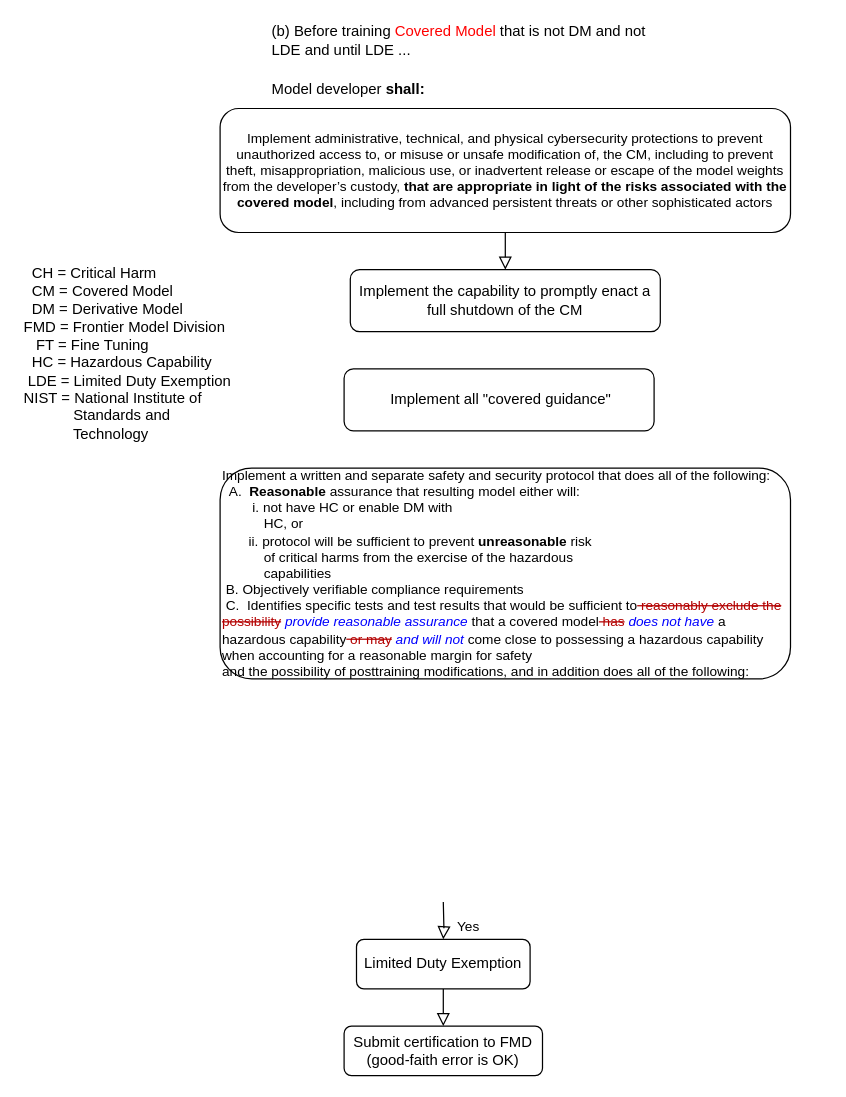
sbenerofe/AB-1047 keeps this draw.io diagram as page "22603(b)" (3 of 6) of AB 1047.drawio. Above is the earlier version. Source tidied: cells renumbered, new cells numbered last; positions are measured from the earlier drawing's top-left corner, leaving out a move shared by most shapes. Both pictures are drawn from the tidied source at 124%, with x=0, y=0 at pixel (21, 21).
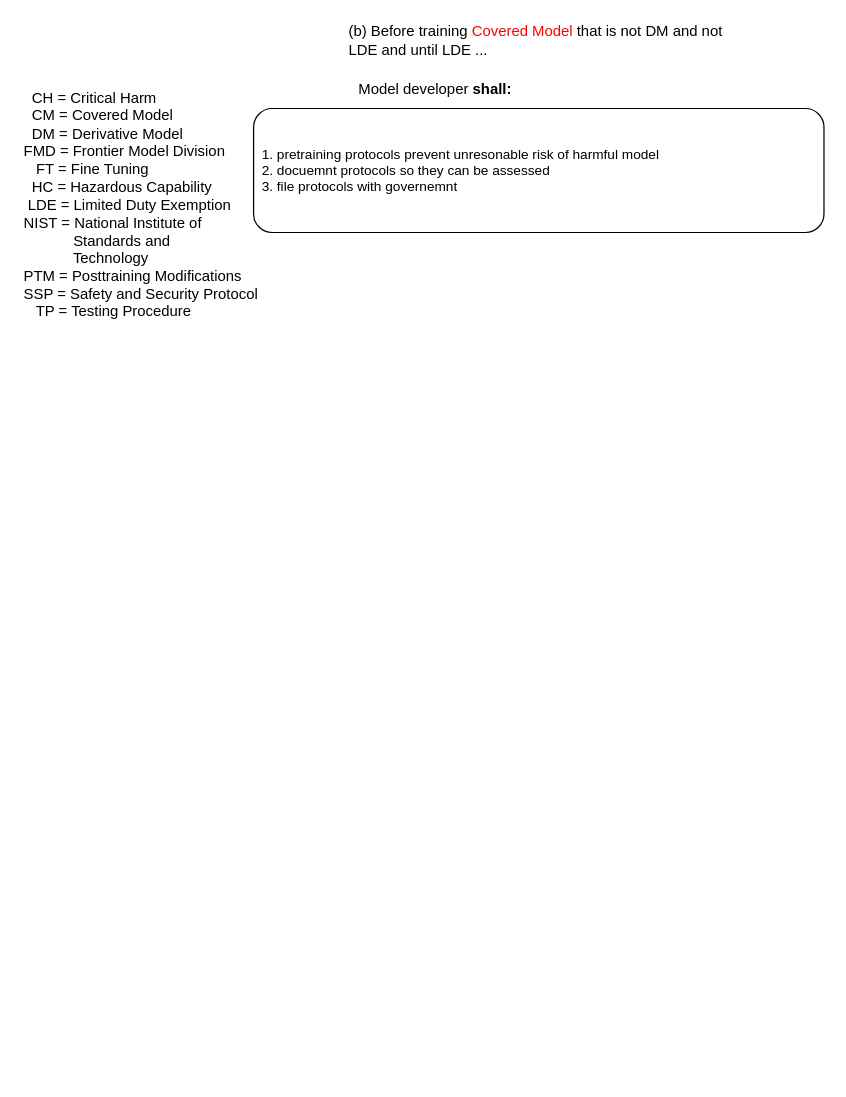
The same diagram, later.

Diff of the diagram source:
```diff
@@
 <mxGraphModel>
   <root>
     <mxCell id="0" />
     <mxCell id="1" parent="0" />
     <mxCell id="2" value="(b)&amp;nbsp;&lt;span style=&quot;background-color: initial;&quot;&gt;Before training &lt;/span&gt;&lt;font color=&quot;#ff0000&quot; style=&quot;background-color: initial;&quot;&gt;Covered Model&lt;/font&gt;&lt;span style=&quot;background-color: initial;&quot;&gt;&amp;nbsp;that is not DM and not LDE and until LDE ...&lt;/span&gt;" style="text;strokeColor=none;align=left;fillColor=none;html=1;verticalAlign=middle;whiteSpace=wrap;rounded=0;" parent="1" vertex="1">
-      <mxGeometry x="200" width="310" height="30" as="geometry" />
+      <mxGeometry x="262" width="310" height="30" as="geometry" />
     </mxCell>
-    <mxCell id="3" style="rounded=0;html=1;jettySize=auto;fontSize=11;endArrow=block;endFill=0;endSize=8;strokeWidth=1;shadow=0;labelBackgroundColor=none;edgeStyle=orthogonalEdgeStyle;entryX=0.5;entryY=0;entryDx=0;entryDy=0;" parent="1" edge="1" source="4" target="5">
-      <mxGeometry relative="1" as="geometry" />
-    </mxCell>
-    <mxCell id="4" value="Implement administrative, technical, and physical cybersecurity protections to prevent unauthorized access to, or misuse or unsafe modification of, the CM, including to prevent theft, misappropriation, malicious use, or inadvertent release or escape of the model weights from the developer’s custody, &lt;b&gt;that are appropriate in light of the risks associated with the covered model&lt;/b&gt;, including from advanced persistent threats or other sophisticated actors" style="rounded=1;whiteSpace=wrap;html=1;fontSize=11;glass=0;strokeWidth=1;shadow=0;" parent="1" vertex="1">
-      <mxGeometry x="160" y="70" width="460" height="100" as="geometry" />
+    <mxCell id="4" value="&lt;div&gt;&lt;font style=&quot;font-size: 11px;&quot;&gt;1. pretraining protocols prevent unresonable risk of harmful model&lt;/font&gt;&lt;/div&gt;&lt;div&gt;&lt;font style=&quot;font-size: 11px;&quot;&gt;2. docuemnt protocols so they can be assessed&lt;/font&gt;&lt;/div&gt;&lt;div&gt;&lt;font style=&quot;font-size: 11px;&quot;&gt;3. file protocols with governemnt&lt;br&gt;&lt;/font&gt;&lt;/div&gt;" style="rounded=1;whiteSpace=wrap;html=1;fontSize=11;glass=0;strokeWidth=1;shadow=0;align=left;spacingLeft=5;" parent="1" vertex="1">
+      <mxGeometry x="187" y="70" width="460" height="100" as="geometry" />
     </mxCell>
-    <mxCell id="5" value="Implement the capability to promptly enact a full shutdown of the CM" style="rounded=1;whiteSpace=wrap;html=1;fontSize=12;glass=0;strokeWidth=1;shadow=0;" parent="1" vertex="1">
-      <mxGeometry x="265" y="200" width="250" height="50" as="geometry" />
-    </mxCell>
     <mxCell id="6" value="Model developer &lt;b&gt;shall:&lt;/b&gt;" style="text;strokeColor=none;align=left;fillColor=none;html=1;verticalAlign=middle;whiteSpace=wrap;rounded=0;" parent="1" vertex="1">
-      <mxGeometry x="200" y="40" width="295" height="30" as="geometry" />
+      <mxGeometry x="269.5" y="40" width="295" height="30" as="geometry" />
     </mxCell>
-    <mxCell id="7" value="Yes" style="rounded=0;html=1;jettySize=auto;fontSize=11;endArrow=block;endFill=0;endSize=8;strokeWidth=1;shadow=0;labelBackgroundColor=none;edgeStyle=orthogonalEdgeStyle;" parent="1" edge="1" target="8">
-      <mxGeometry x="0.33" y="20" relative="1" as="geometry">
-        <mxPoint x="340" y="710" as="sourcePoint" />
-      </mxGeometry>
-    </mxCell>
-    <mxCell id="8" value="Limited Duty Exemption" style="rounded=1;whiteSpace=wrap;html=1;fontSize=12;glass=0;strokeWidth=1;shadow=0;" parent="1" vertex="1">
-      <mxGeometry x="270" y="740" width="140" height="40" as="geometry" />
-    </mxCell>
-    <mxCell id="9" value="Submit certification to FMD&lt;div&gt;(good-faith error is OK)&lt;/div&gt;" style="rounded=1;whiteSpace=wrap;html=1;fontSize=12;glass=0;strokeWidth=1;shadow=0;" parent="1" vertex="1">
-      <mxGeometry x="260" y="810" width="160" height="40" as="geometry" />
-    </mxCell>
-    <mxCell id="10" style="rounded=0;html=1;jettySize=auto;fontSize=11;endArrow=block;endFill=0;endSize=8;strokeWidth=1;shadow=0;labelBackgroundColor=none;edgeStyle=orthogonalEdgeStyle;exitX=0.5;exitY=1;exitDx=0;exitDy=0;entryX=0.5;entryY=0;entryDx=0;entryDy=0;" parent="1" edge="1" source="8" target="9">
-      <mxGeometry x="0.33" y="20" relative="1" as="geometry" />
-    </mxCell>
-    <mxCell id="11" value="&amp;nbsp;Implement all &quot;covered guidance&quot;" style="rounded=1;whiteSpace=wrap;html=1;fontSize=12;glass=0;strokeWidth=1;shadow=0;" parent="1" vertex="1">
-      <mxGeometry x="260" y="280" width="250" height="50" as="geometry" />
-    </mxCell>
-    <mxCell id="12" value="Implement a written and separate safety and security protocol that does all of the following:&lt;div&gt;&lt;span style=&quot;background-color: initial;&quot;&gt;&amp;nbsp; A.&amp;nbsp; &lt;b&gt;Reasonable &lt;/b&gt;assurance that resulting model either will:&lt;/span&gt;&lt;div&gt;&lt;span style=&quot;white-space: pre;&quot;&gt;&#9;&lt;/span&gt;i. not have HC or enable DM with&lt;/div&gt;&lt;div&gt;&amp;nbsp; &amp;nbsp; &amp;nbsp; &amp;nbsp; &amp;nbsp; &amp;nbsp;HC, or&lt;br&gt;&lt;/div&gt;&lt;/div&gt;&lt;div&gt;&amp;nbsp; &amp;nbsp; &amp;nbsp; &amp;nbsp;ii. protocol will be sufficient to prevent &lt;b&gt;unreasonable &lt;/b&gt;risk&lt;/div&gt;&lt;div&gt;&amp;nbsp; &amp;nbsp; &amp;nbsp; &amp;nbsp; &amp;nbsp; &amp;nbsp;of critical harms from the exercise of the hazardous&lt;/div&gt;&lt;div&gt;&amp;nbsp; &amp;nbsp; &amp;nbsp; &amp;nbsp; &amp;nbsp; &amp;nbsp;capabilities&lt;/div&gt;&lt;div&gt;&amp;nbsp;B. Objectively verifiable compliance requirements&lt;/div&gt;&lt;div&gt;&amp;nbsp;C.&amp;nbsp;&lt;span style=&quot;background-color: initial;&quot;&gt;&amp;nbsp;Identifies specific tests and test results that would be sufficient to&lt;/span&gt;&lt;font style=&quot;background-color: initial;&quot; color=&quot;#B30000&quot;&gt;&lt;strike&gt; reasonably exclude the possibility&lt;/strike&gt;&lt;/font&gt;&lt;font style=&quot;background-color: initial;&quot; class=&quot;blue_text&quot; color=&quot;blue&quot;&gt;&lt;i&gt; provide reasonable assurance&lt;/i&gt;&lt;/font&gt;&lt;span style=&quot;background-color: initial;&quot;&gt; that a covered model&lt;/span&gt;&lt;font style=&quot;background-color: initial;&quot; color=&quot;#B30000&quot;&gt;&lt;strike&gt; has&lt;/strike&gt;&lt;/font&gt;&lt;font style=&quot;background-color: initial;&quot; class=&quot;blue_text&quot; color=&quot;blue&quot;&gt;&lt;i&gt; does not have&lt;/i&gt;&lt;/font&gt;&lt;span style=&quot;background-color: initial;&quot;&gt; a hazardous capability&lt;/span&gt;&lt;font style=&quot;background-color: initial;&quot; color=&quot;#B30000&quot;&gt;&lt;strike&gt; or may&lt;/strike&gt;&lt;/font&gt;&lt;font style=&quot;background-color: initial;&quot; class=&quot;blue_text&quot; color=&quot;blue&quot;&gt;&lt;i&gt; and will not&lt;/i&gt;&lt;/font&gt;&lt;span style=&quot;background-color: initial;&quot;&gt; come close to possessing a hazardous capability when accounting for a reasonable margin for safety&lt;br/&gt;&#9;&#9;&#9;&#9;&#9;&#9;  and the possibility of posttraining modifications, and in addition does all of the following:&lt;/span&gt;&lt;/div&gt;" style="rounded=1;whiteSpace=wrap;html=1;fontSize=11;glass=0;strokeWidth=1;shadow=0;align=left;" parent="1" vertex="1">
-      <mxGeometry x="160" y="360" width="460" height="170" as="geometry" />
-    </mxCell>
-    <mxCell id="13" value="&lt;div&gt;&amp;nbsp; CH = Critical Harm&lt;/div&gt;&lt;div&gt;&amp;nbsp; CM = Covered Model&lt;/div&gt;&lt;div&gt;&amp;nbsp; DM = Derivative Model&lt;/div&gt;FMD =&amp;nbsp;&lt;span style=&quot;&quot;&gt;Frontier Model Division&lt;/span&gt;&lt;div&gt;&amp;nbsp; &amp;nbsp;FT = Fine Tuning&lt;/div&gt;&lt;div&gt;&amp;nbsp; HC = Hazardous Capability&lt;br&gt;&lt;div&gt;&amp;nbsp;LDE = Limited Duty Exemption&lt;span style=&quot;&quot;&gt;&lt;br&gt;&lt;/span&gt;&lt;/div&gt;&lt;div&gt;&lt;span style=&quot;&quot;&gt;NIST =&amp;nbsp;&lt;/span&gt;&lt;span style=&quot;background-color: initial;&quot;&gt;National Institute of&lt;/span&gt;&lt;/div&gt;&lt;div&gt;&lt;span style=&quot;background-color: initial;&quot;&gt;&amp;nbsp; &amp;nbsp; &amp;nbsp; &amp;nbsp; &amp;nbsp; &amp;nbsp; Standards and&lt;/span&gt;&lt;/div&gt;&lt;div&gt;&lt;span style=&quot;background-color: initial;&quot;&gt;&amp;nbsp; &amp;nbsp; &amp;nbsp; &amp;nbsp; &amp;nbsp; &amp;nbsp; Technology&lt;/span&gt;&lt;/div&gt;&lt;div&gt;&lt;br&gt;&lt;/div&gt;&lt;/div&gt;" style="text;html=1;align=left;verticalAlign=middle;whiteSpace=wrap;rounded=0;" parent="1" vertex="1">
-      <mxGeometry y="190" width="170" height="170" as="geometry" />
+    <mxCell id="13" value="&lt;div&gt;&amp;nbsp; CH = Critical Harm&lt;/div&gt;&lt;div&gt;&amp;nbsp; CM = Covered Model&lt;/div&gt;&lt;div&gt;&amp;nbsp; DM = Derivative Model&lt;/div&gt;FMD =&amp;nbsp;&lt;span style=&quot;&quot;&gt;Frontier Model Division&lt;/span&gt;&lt;div&gt;&amp;nbsp; &amp;nbsp;FT = Fine Tuning&lt;/div&gt;&lt;div&gt;&amp;nbsp; HC = Hazardous Capability&lt;br&gt;&lt;div&gt;&amp;nbsp;LDE = Limited Duty Exemption&lt;span style=&quot;&quot;&gt;&lt;br&gt;&lt;/span&gt;&lt;/div&gt;&lt;div&gt;&lt;span style=&quot;&quot;&gt;NIST =&amp;nbsp;&lt;/span&gt;&lt;span style=&quot;background-color: initial;&quot;&gt;National Institute of&lt;/span&gt;&lt;/div&gt;&lt;div&gt;&lt;span style=&quot;background-color: initial;&quot;&gt;&amp;nbsp; &amp;nbsp; &amp;nbsp; &amp;nbsp; &amp;nbsp; &amp;nbsp; Standards and&lt;/span&gt;&lt;/div&gt;&lt;div&gt;&lt;span style=&quot;background-color: initial;&quot;&gt;&amp;nbsp; &amp;nbsp; &amp;nbsp; &amp;nbsp; &amp;nbsp; &amp;nbsp; Technology&lt;/span&gt;&lt;/div&gt;&lt;div&gt;&lt;span style=&quot;background-color: initial;&quot;&gt;PTM = Posttraining Modifications&lt;/span&gt;&lt;/div&gt;&lt;div&gt;&lt;span style=&quot;background-color: initial;&quot;&gt;SSP = Safety and Security Protocol&lt;br&gt;&lt;/span&gt;&lt;/div&gt;&lt;div&gt;&lt;span style=&quot;background-color: initial;&quot;&gt;&amp;nbsp;&amp;nbsp; TP = Testing Procedure&lt;br&gt;&lt;/span&gt;&lt;/div&gt;&lt;div&gt;&lt;br&gt;&lt;/div&gt;&lt;/div&gt;" style="text;html=1;align=left;verticalAlign=middle;whiteSpace=wrap;rounded=0;" parent="1" vertex="1">
+      <mxGeometry y="70" width="200" height="170" as="geometry" />
     </mxCell>
   </root>
 </mxGraphModel>
```
